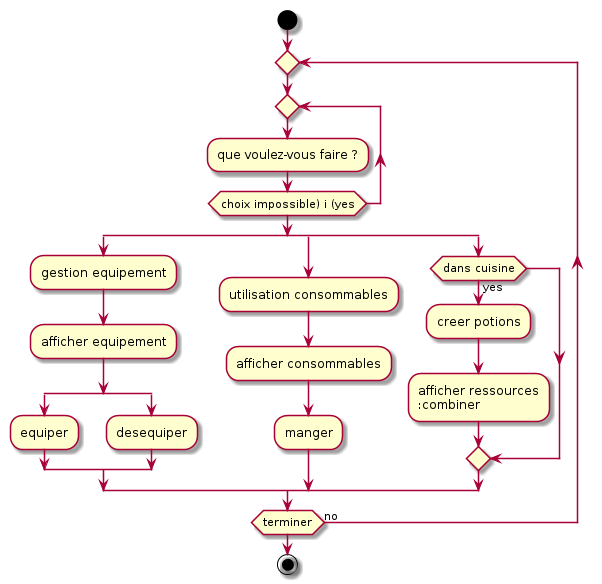
Above: UML/Inventaire/inventaire.png in Pyp-o/D-D_bouffe (PlantUML), before the change.
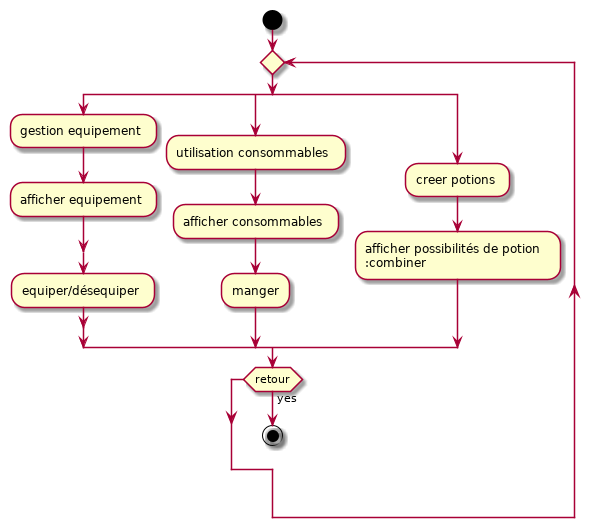
After the change.

Commit message:
modif uml inventaire

What changed in the source:
```diff
@@ -1,17 +1,11 @@
 @startuml
 start
     repeat
-        repeat
-        :que voulez-vous faire ?;
-        repeat while (choix impossible) i (yes)
-
         split
             :gestion equipement;
             :afficher equipement;
                 split
-                    :equiper;
-                split again
-                    :desequiper;
+                    :equiper/désequiper;
                  endsplit
         split again
             :utilisation consommables;
@@ -19,12 +13,10 @@
             :manger;
 
         split again
-            if (dans cuisine) then (yes)
-                :creer potions;
-                :afficher ressources
-                :combiner;
-            endif
+            :creer potions;
+            :afficher possibilités de potion
+            :combiner;
         endsplit
-        repeat while(terminer) is (no)
+        while (retour) is (yes)
     stop
 @enduml
```
